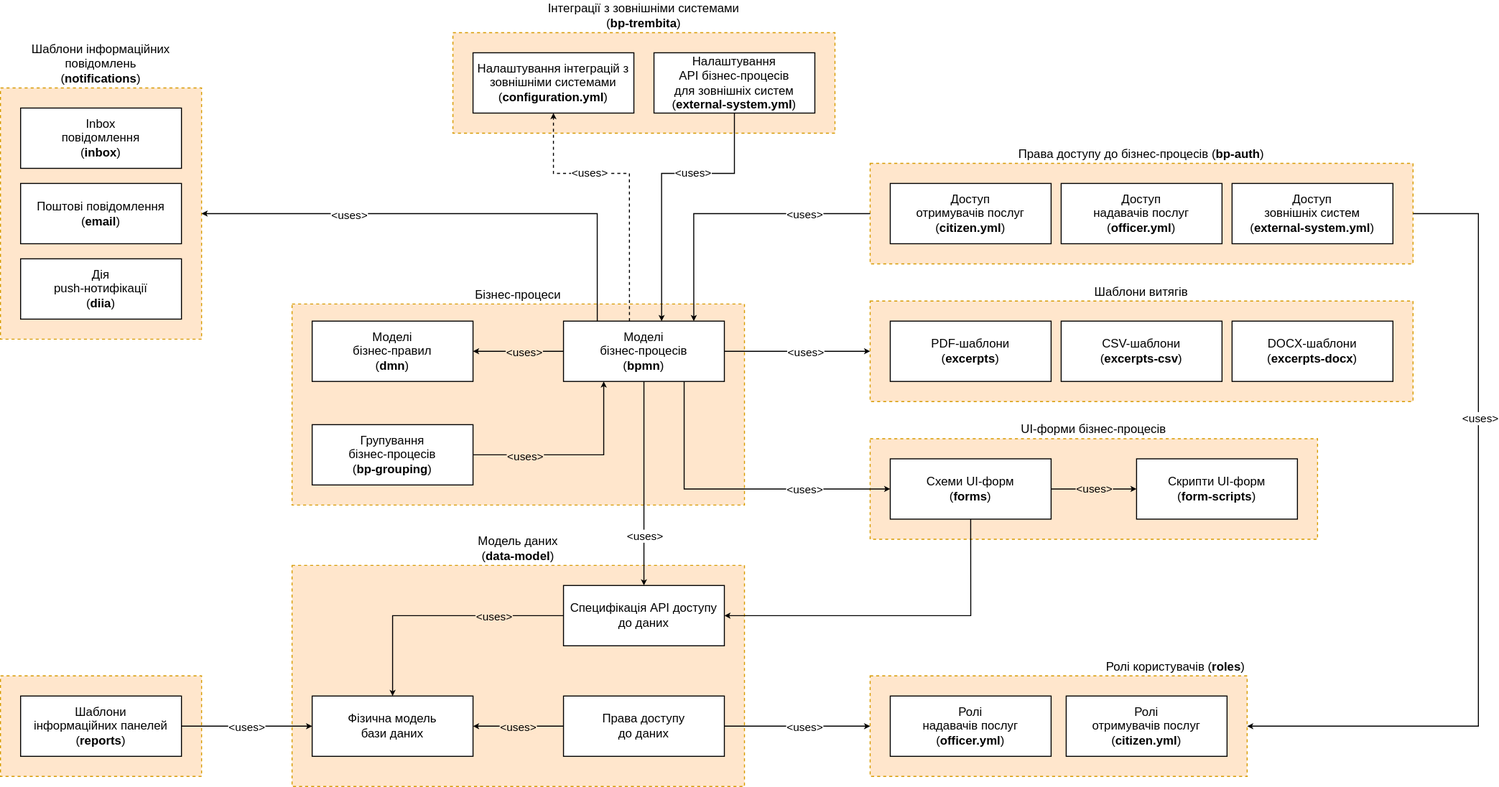
The draw.io diagram docs/ua/modules/arch/images/architecture/registry/administrative/regulation-management/registry-regulation/regulation-dependencies.svg in epam/edp-ddm-architecture, before a commit. Source tidied: cells renumbered, new cells last; positions are measured from the earlier drawing's top-left corner, leaving out a move shared by most shapes.
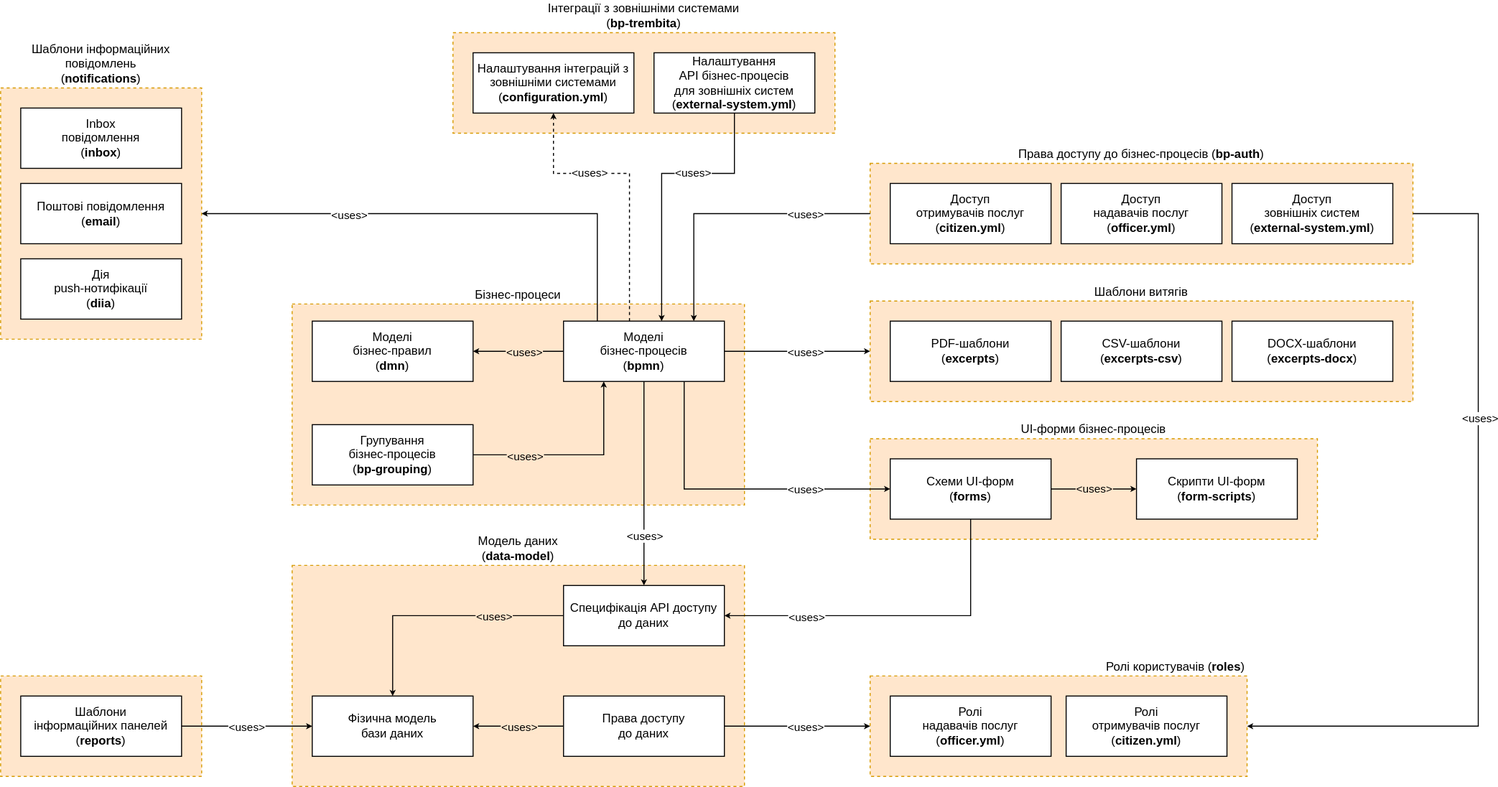
Above is the later version.

Commit message:
[EDP-DDM-22778] Material alignment

Diff of the diagram source:
```diff
@@ -227,5 +227,8 @@
     <mxCell id="62" style="edgeStyle=orthogonalEdgeStyle;rounded=0;jettySize=auto;html=1;entryX=1;entryY=0.5;entryDx=0;entryDy=0;exitX=0.5;exitY=1;exitDx=0;exitDy=0;endSize=3;startSize=3;" parent="1" edge="1" source="22" target="52">
       <mxGeometry relative="1" as="geometry" />
     </mxCell>
+    <mxCell id="63" value="&amp;lt;uses&amp;gt;" style="edgeLabel;html=1;align=center;verticalAlign=middle;" parent="62" vertex="1">
+      <mxGeometry x="0.52" y="1" relative="1" as="geometry" />
+    </mxCell>
   </root>
 </mxGraphModel>
```
